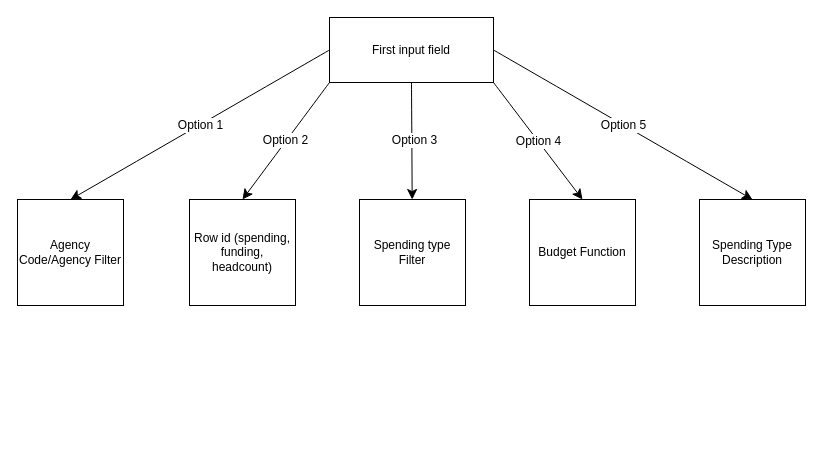
staten-island-tech/vue-api-project-ashton-and-batyrkhan keeps this draw.io diagram as Untitled Diagram.drawio. Above is the earlier version. Source tidied: cells renumbered, new cells numbered last; positions are measured from the earlier drawing's top-left corner, leaving out a move shared by most shapes. Both pictures are drawn from the tidied source at 100%, with x=0, y=0 at pixel (17, 17).
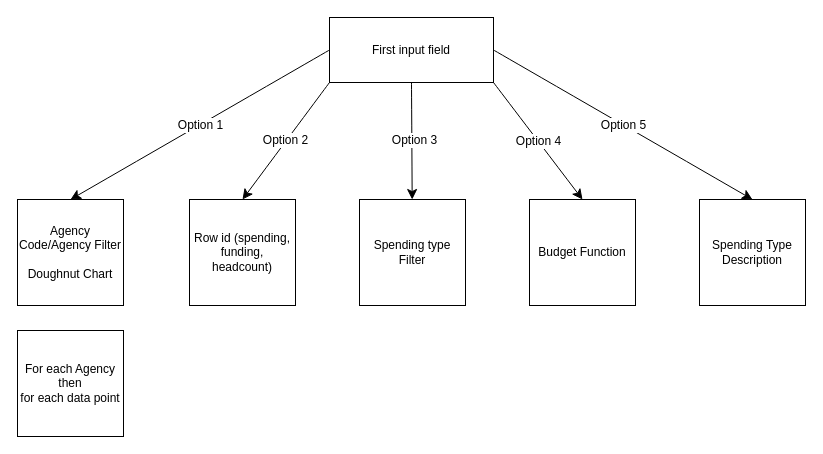
The same diagram, later.

The edit, as a diff of the source:
```diff
@@
 <mxGraphModel>
   <root>
     <mxCell id="0" />
     <mxCell id="1" parent="0" />
     <mxCell id="2" value="First input field" style="rounded=0;whiteSpace=wrap;html=1;" parent="1" vertex="1">
       <mxGeometry x="312" width="164" height="65" as="geometry" />
     </mxCell>
-    <mxCell id="3" value="Agency Code/Agency Filter" style="whiteSpace=wrap;html=1;" parent="1" vertex="1">
+    <mxCell id="3" value="&lt;div&gt;Agency Code/Agency Filter&lt;/div&gt;&lt;div&gt;&lt;br&gt;&lt;/div&gt;&lt;div&gt;Doughnut Chart&lt;br&gt;&lt;/div&gt;" style="whiteSpace=wrap;html=1;" parent="1" vertex="1">
       <mxGeometry y="182" width="106" height="106" as="geometry" />
     </mxCell>
     <mxCell id="4" value="Row id (spending, funding, headcount)" style="whiteSpace=wrap;html=1;" parent="1" vertex="1">
       <mxGeometry x="172" y="182" width="106" height="106" as="geometry" />
     </mxCell>
     <mxCell id="5" value="Spending type Filter" style="whiteSpace=wrap;html=1;" parent="1" vertex="1">
       <mxGeometry x="342" y="182" width="106" height="106" as="geometry" />
     </mxCell>
     <mxCell id="6" value="Budget Function" style="whiteSpace=wrap;html=1;" parent="1" vertex="1">
       <mxGeometry x="512" y="182" width="106" height="106" as="geometry" />
     </mxCell>
     <mxCell id="7" value="Spending Type Description" style="whiteSpace=wrap;html=1;" parent="1" vertex="1">
       <mxGeometry x="682" y="182" width="106" height="106" as="geometry" />
     </mxCell>
     <mxCell id="8" style="endArrow=classic;html=1;rounded=0;fontSize=12;startSize=8;endSize=8;curved=1;entryX=0.5;entryY=0;entryDx=0;entryDy=0;exitX=0;exitY=0.5;exitDx=0;exitDy=0;" parent="1" edge="1" source="2" target="3">
       <mxGeometry relative="1" as="geometry" />
     </mxCell>
     <mxCell id="9" value="Option 1" style="edgeLabel;html=1;fontSize=12;align=center;verticalAlign=middle;" parent="8" vertex="1">
       <mxGeometry relative="1" as="geometry" />
     </mxCell>
     <mxCell id="10" style="endArrow=classic;html=1;rounded=0;fontSize=12;startSize=8;endSize=8;curved=1;entryX=0.5;entryY=0;entryDx=0;entryDy=0;exitX=0;exitY=1;exitDx=0;exitDy=0;" parent="1" edge="1" source="2" target="4">
       <mxGeometry relative="1" as="geometry" />
     </mxCell>
     <mxCell id="11" value="Option 2" style="edgeLabel;html=1;align=center;verticalAlign=middle;fontSize=12;" parent="10" vertex="1">
       <mxGeometry y="-1" relative="1" as="geometry" />
     </mxCell>
     <mxCell id="12" style="endArrow=classic;html=1;rounded=0;fontSize=12;startSize=8;endSize=8;curved=1;exitX=0.5;exitY=1;exitDx=0;exitDy=0;" parent="1" edge="1" source="2" target="5">
       <mxGeometry relative="1" as="geometry" />
     </mxCell>
     <mxCell id="13" value="Option 3" style="edgeLabel;html=1;align=center;verticalAlign=middle;fontSize=12;" parent="12" vertex="1">
       <mxGeometry x="-0.01" y="2" relative="1" as="geometry" />
     </mxCell>
     <mxCell id="14" style="endArrow=classic;html=1;rounded=0;fontSize=12;startSize=8;endSize=8;curved=1;exitX=1;exitY=1;exitDx=0;exitDy=0;entryX=0.5;entryY=0;entryDx=0;entryDy=0;" parent="1" edge="1" source="2" target="6">
       <mxGeometry relative="1" as="geometry" />
     </mxCell>
     <mxCell id="15" value="Option 4" style="edgeLabel;html=1;fontSize=12;align=center;verticalAlign=middle;" parent="14" vertex="1">
       <mxGeometry relative="1" as="geometry" />
     </mxCell>
     <mxCell id="16" style="endArrow=classic;html=1;rounded=0;fontSize=12;startSize=8;endSize=8;curved=1;exitX=1;exitY=0.5;exitDx=0;exitDy=0;entryX=0.5;entryY=0;entryDx=0;entryDy=0;" parent="1" edge="1" source="2" target="7">
       <mxGeometry relative="1" as="geometry" />
     </mxCell>
     <mxCell id="17" value="Option 5" style="edgeLabel;html=1;fontSize=12;align=center;verticalAlign=middle;" parent="16" vertex="1">
       <mxGeometry relative="1" as="geometry" />
     </mxCell>
+    <mxCell id="18" value="&lt;div&gt;For each Agency &lt;br&gt;&lt;/div&gt;&lt;div&gt;then&lt;/div&gt;&lt;div&gt;for each data point&lt;br&gt;&lt;/div&gt;" style="whiteSpace=wrap;html=1;" parent="1" vertex="1">
+      <mxGeometry y="313" width="106" height="106" as="geometry" />
+    </mxCell>
   </root>
 </mxGraphModel>
```
